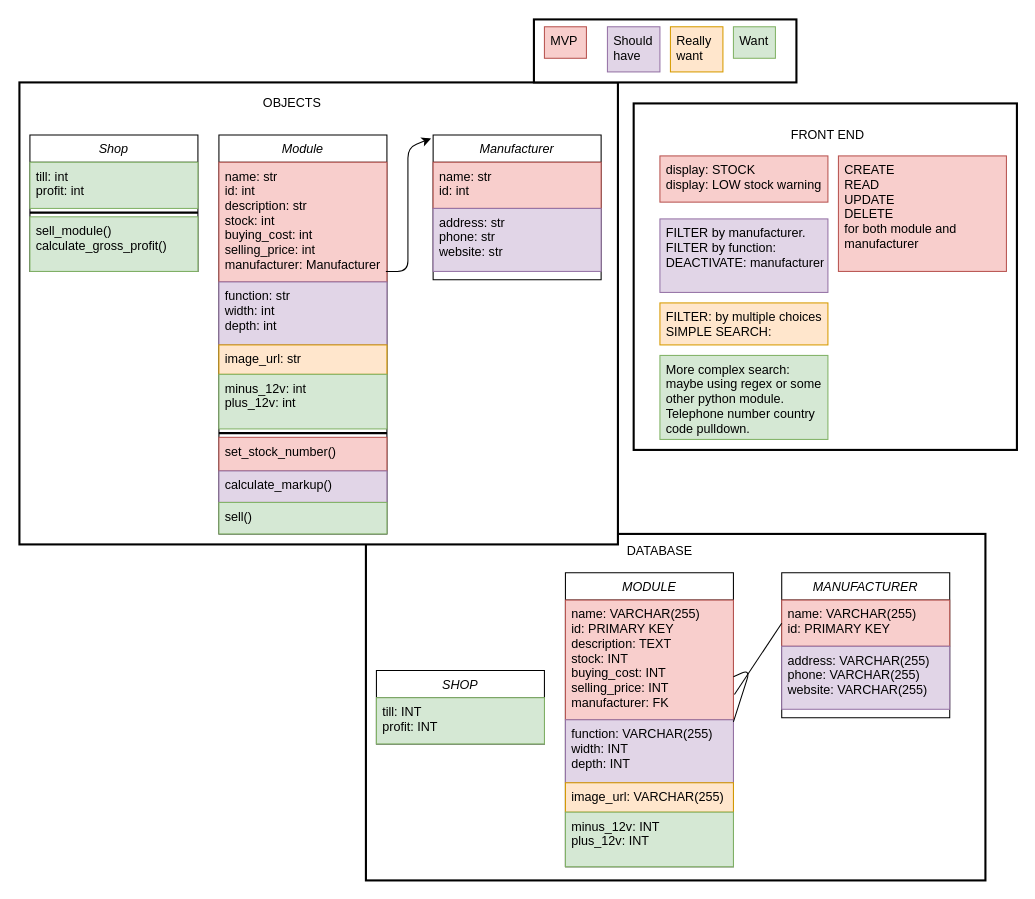
dcallus/Sample-n-Hold keeps this draw.io diagram as class_diagram.drawio. Above is the earlier version. Source tidied: cells renumbered, new cells numbered last; positions are measured from the earlier drawing's top-left corner, leaving out a move shared by most shapes. Both pictures are drawn from the tidied source at 105%, with x=0, y=0 at pixel (19, 19).
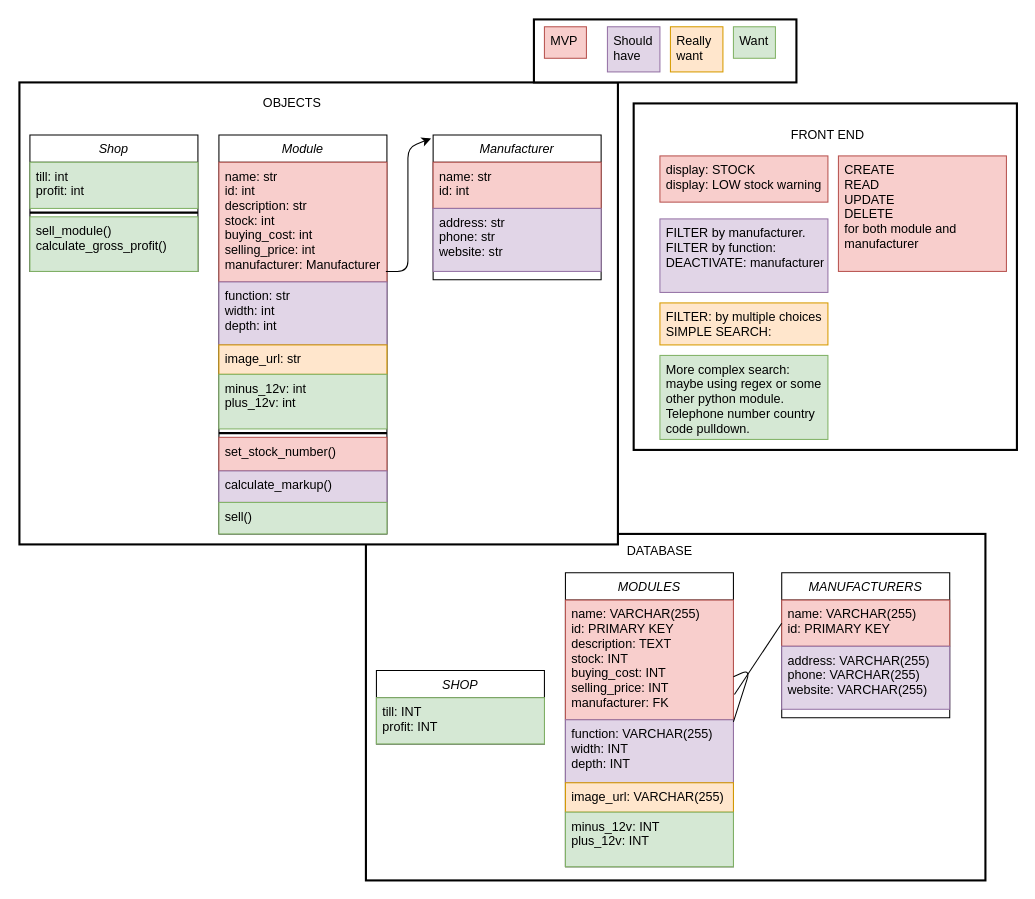
Above is the later version.

Unchanged cells that the change refers to:
```xml
<mxCell id="40" style="group;" parent="39" vertex="1">
  <mxGeometry x="180" width="366" height="310" as="geometry" />
</mxCell>
```

Diff of the diagram source:
```diff
@@
-    <mxCell id="41" value="MODULE" style="swimlane;fontStyle=2;align=center;verticalAlign=top;horizontal=1;startSize=26;rounded=0;shadow=0;strokeWidth=1;" parent="40" vertex="1">
+    <mxCell id="41" value="MODULES" style="swimlane;fontStyle=2;align=center;verticalAlign=top;horizontal=1;startSize=26;rounded=0;shadow=0;strokeWidth=1;" parent="40" vertex="1">
       <mxGeometry y="30" width="160" height="280" as="geometry" />
     </mxCell>
@@
-    <mxCell id="48" value="MANUFACTURER" style="swimlane;fontStyle=2;align=center;verticalAlign=top;horizontal=1;startSize=26;rounded=0;shadow=0;strokeWidth=1;" parent="40" vertex="1">
+    <mxCell id="48" value="MANUFACTURERS" style="swimlane;fontStyle=2;align=center;verticalAlign=top;horizontal=1;startSize=26;rounded=0;shadow=0;strokeWidth=1;" parent="40" vertex="1">
       <mxGeometry x="206" y="30" width="160" height="138" as="geometry" />
     </mxCell>
```
